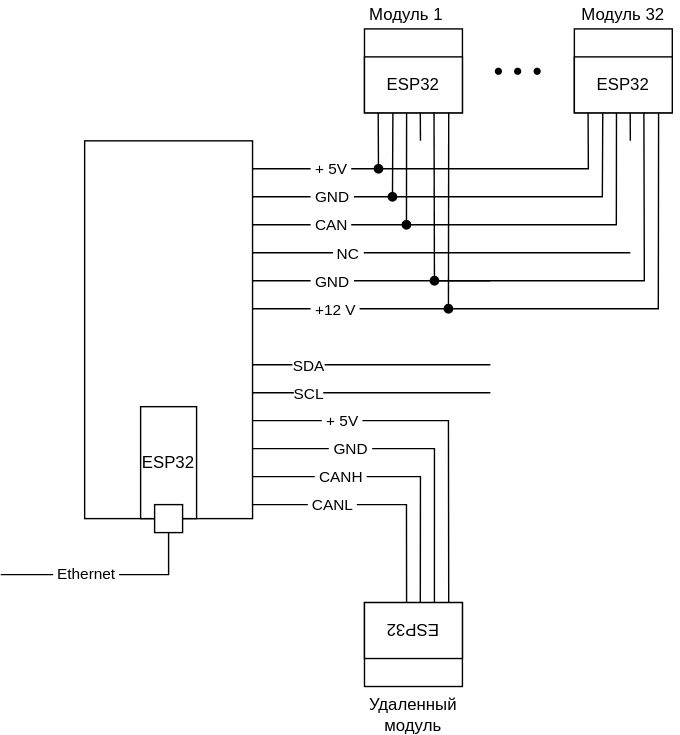
Above: docs/esphome/segment.svg in atitoff/CSH4 (draw.io), before the change. Source tidied: cells renumbered, new cells last; positions are measured from the earlier drawing's top-left corner, leaving out a move shared by most shapes.
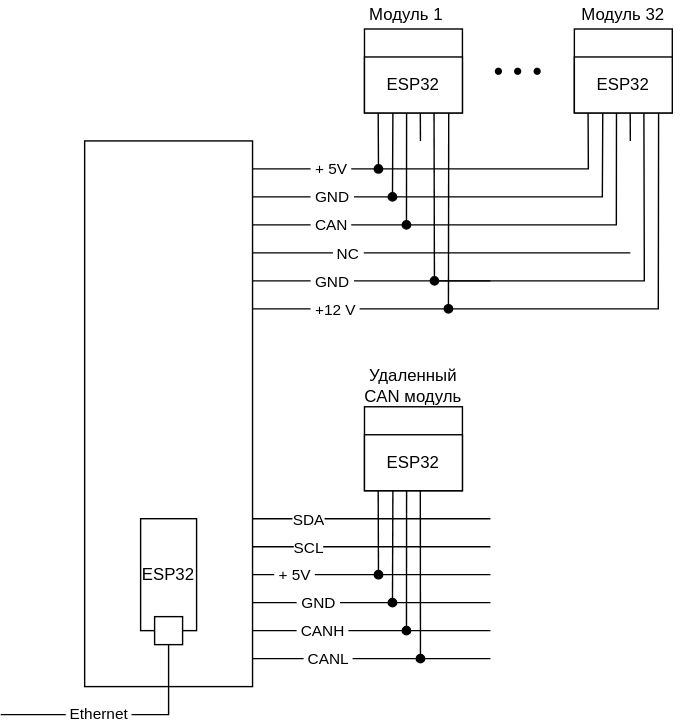
After the commit.

Change to the diagram source:
```diff
@@ -3,13 +3,13 @@
     <mxCell id="0" />
     <mxCell id="1" parent="0" />
     <mxCell id="2" style="rounded=0;whiteSpace=wrap;html=1;" parent="1" vertex="1">
-      <mxGeometry x="60" y="100" width="120" height="270" as="geometry" />
+      <mxGeometry x="60" y="100" width="120" height="390" as="geometry" />
     </mxCell>
     <mxCell id="3" value="ESP32" style="rounded=0;whiteSpace=wrap;html=1;" parent="1" vertex="1">
-      <mxGeometry x="100" y="290" width="40" height="80" as="geometry" />
+      <mxGeometry x="100" y="370" width="40" height="80" as="geometry" />
     </mxCell>
     <mxCell id="4" style="rounded=0;whiteSpace=wrap;html=1;" parent="1" vertex="1">
-      <mxGeometry x="110" y="360" width="20" height="20" as="geometry" />
+      <mxGeometry x="110" y="440" width="20" height="20" as="geometry" />
     </mxCell>
     <mxCell id="5" style="rounded=0;whiteSpace=wrap;html=1;align=right;" parent="1" vertex="1">
       <mxGeometry x="260" y="20" width="70" height="60" as="geometry" />
@@ -88,10 +88,9 @@
     </mxCell>
     <mxCell id="18" style="endArrow=none;html=1;rounded=0;entryX=0.5;entryY=1;entryDx=0;entryDy=0;" parent="1" edge="1" target="4">
       <mxGeometry relative="1" as="geometry">
-        <mxPoint y="410" as="sourcePoint" />
+        <mxPoint y="510" as="sourcePoint" />
         <Array as="points">
-          <mxPoint x="120" y="410" />
-          <mxPoint x="120" y="380" />
+          <mxPoint x="120" y="510" />
         </Array>
       </mxGeometry>
     </mxCell>
@@ -100,11 +99,12 @@
         <mxPoint x="-8" y="-1" as="offset" />
       </mxGeometry>
     </mxCell>
-    <mxCell id="20" style="endArrow=none;html=1;rounded=0;entryX=0.14;entryY=1;entryDx=0;entryDy=0;entryPerimeter=0;" parent="1" edge="1" target="49">
+    <mxCell id="20" style="endArrow=none;html=1;rounded=0;" parent="1" edge="1">
       <mxGeometry relative="1" as="geometry">
-        <mxPoint x="180" y="300" as="sourcePoint" />
+        <mxPoint x="180" y="410" as="sourcePoint" />
+        <mxPoint x="350" y="410" as="targetPoint" />
         <Array as="points">
-          <mxPoint x="320" y="300" />
+          <mxPoint x="320" y="410" />
         </Array>
       </mxGeometry>
     </mxCell>
@@ -113,11 +113,12 @@
         <mxPoint x="-28" as="offset" />
       </mxGeometry>
     </mxCell>
-    <mxCell id="22" style="endArrow=none;html=1;rounded=0;entryX=0.286;entryY=1;entryDx=0;entryDy=0;entryPerimeter=0;" parent="1" edge="1" target="47">
+    <mxCell id="22" style="endArrow=none;html=1;rounded=0;" parent="1" edge="1">
       <mxGeometry relative="1" as="geometry">
-        <mxPoint x="180" y="320" as="sourcePoint" />
+        <mxPoint x="180" y="430" as="sourcePoint" />
+        <mxPoint x="350" y="430" as="targetPoint" />
         <Array as="points">
-          <mxPoint x="310" y="320" />
+          <mxPoint x="310" y="430" />
         </Array>
       </mxGeometry>
     </mxCell>
@@ -126,11 +127,12 @@
         <mxPoint x="-11" as="offset" />
       </mxGeometry>
     </mxCell>
-    <mxCell id="24" style="endArrow=none;html=1;rounded=0;entryX=0.43;entryY=1;entryDx=0;entryDy=0;entryPerimeter=0;" parent="1" edge="1" target="49">
+    <mxCell id="24" style="endArrow=none;html=1;rounded=0;" parent="1" edge="1">
       <mxGeometry relative="1" as="geometry">
-        <mxPoint x="180" y="340" as="sourcePoint" />
+        <mxPoint x="180" y="450" as="sourcePoint" />
+        <mxPoint x="350" y="450" as="targetPoint" />
         <Array as="points">
-          <mxPoint x="300" y="340" />
+          <mxPoint x="300" y="450" />
         </Array>
       </mxGeometry>
     </mxCell>
@@ -139,11 +141,12 @@
         <mxPoint x="-8" as="offset" />
       </mxGeometry>
     </mxCell>
-    <mxCell id="26" style="endArrow=none;html=1;rounded=0;entryX=0.57;entryY=1;entryDx=0;entryDy=0;entryPerimeter=0;" parent="1" edge="1" target="49">
+    <mxCell id="26" style="endArrow=none;html=1;rounded=0;" parent="1" edge="1">
       <mxGeometry relative="1" as="geometry">
-        <mxPoint x="180" y="360" as="sourcePoint" />
+        <mxPoint x="180" y="470" as="sourcePoint" />
+        <mxPoint x="350" y="470" as="targetPoint" />
         <Array as="points">
-          <mxPoint x="290" y="360" />
+          <mxPoint x="290" y="470" />
         </Array>
       </mxGeometry>
     </mxCell>
@@ -165,8 +168,8 @@
     </mxCell>
     <mxCell id="30" style="endArrow=none;html=1;rounded=0;" parent="1" edge="1">
       <mxGeometry relative="1" as="geometry">
-        <mxPoint x="180" y="260" as="sourcePoint" />
-        <mxPoint x="350" y="260" as="targetPoint" />
+        <mxPoint x="180" y="370" as="sourcePoint" />
+        <mxPoint x="350" y="370" as="targetPoint" />
       </mxGeometry>
     </mxCell>
     <mxCell id="31" value="SDA" style="edgeLabel;html=1;align=center;verticalAlign=middle;" parent="30" vertex="1">
@@ -176,8 +179,8 @@
     </mxCell>
     <mxCell id="32" style="endArrow=none;html=1;rounded=0;" parent="1" edge="1">
       <mxGeometry relative="1" as="geometry">
-        <mxPoint x="180" y="280" as="sourcePoint" />
-        <mxPoint x="350" y="280" as="targetPoint" />
+        <mxPoint x="180" y="390" as="sourcePoint" />
+        <mxPoint x="350" y="390" as="targetPoint" />
       </mxGeometry>
     </mxCell>
     <mxCell id="33" value="SCL" style="edgeLabel;html=1;align=center;verticalAlign=middle;" parent="32" vertex="1">
@@ -252,14 +255,34 @@
         <mxPoint x="450" y="100" as="sourcePoint" />
       </mxGeometry>
     </mxCell>
-    <mxCell id="47" style="rounded=0;whiteSpace=wrap;html=1;align=right;rotation=-180;" parent="1" vertex="1">
-      <mxGeometry x="260" y="430" width="70" height="60" as="geometry" />
-    </mxCell>
-    <mxCell id="48" value="Удаленный&lt;br&gt;модуль" style="rounded=0;whiteSpace=wrap;html=1;fillColor=none;strokeColor=none;" parent="1" vertex="1">
-      <mxGeometry x="265" y="500" width="60" height="20" as="geometry" />
-    </mxCell>
+    <mxCell id="50" value="Удаленный&lt;br&gt;CAN модуль" style="rounded=0;whiteSpace=wrap;html=1;fillColor=none;strokeColor=none;" parent="1" vertex="1">
+      <mxGeometry x="255" y="260" width="80" height="30" as="geometry" />
+    </mxCell>
+    <mxCell id="51" style="rounded=0;whiteSpace=wrap;html=1;align=right;" parent="1" vertex="1">
+      <mxGeometry x="260" y="290" width="70" height="60" as="geometry" />
+    </mxCell>
-    <mxCell id="49" value="ESP32" style="rounded=0;whiteSpace=wrap;html=1;points=[[0,0,0,0,0],[0,0.25,0,0,0],[0,0.5,0,0,0],[0,0.75,0,0,0],[0,1,0,0,0],[0.14,1,0,0,0],[0.25,0,0,0,0],[0.29,1,0,0,0],[0.43,1,0,0,0],[0.5,0,0,0,0],[0.57,1,0,0,0],[0.71,1,0,0,0],[0.75,0,0,0,0],[0.86,1,0,0,0],[1,0,0,0,0],[1,0.25,0,0,0],[1,0.5,0,0,0],[1,0.75,0,0,0],[1,1,0,0,0]];rotation=-180;" parent="1" vertex="1">
-      <mxGeometry x="260" y="430" width="70" height="40" as="geometry" />
+    <mxCell id="49" value="ESP32" style="rounded=0;whiteSpace=wrap;html=1;points=[[0,0,0,0,0],[0,0.25,0,0,0],[0,0.5,0,0,0],[0,0.75,0,0,0],[0,1,0,0,0],[0.14,1,0,0,0],[0.25,0,0,0,0],[0.29,1,0,0,0],[0.43,1,0,0,0],[0.5,0,0,0,0],[0.57,1,0,0,0],[0.71,1,0,0,0],[0.75,0,0,0,0],[0.86,1,0,0,0],[1,0,0,0,0],[1,0.25,0,0,0],[1,0.5,0,0,0],[1,0.75,0,0,0],[1,1,0,0,0]];" parent="1" vertex="1">
+      <mxGeometry x="260" y="310" width="70" height="40" as="geometry" />
     </mxCell>
+    <mxCell id="52" style="endArrow=none;html=1;rounded=0;startArrow=oval;startFill=1;entryX=0.14;entryY=1;entryDx=0;entryDy=0;entryPerimeter=0;" parent="1" edge="1" target="49">
+      <mxGeometry relative="1" as="geometry">
+        <mxPoint x="270" y="410" as="sourcePoint" />
+      </mxGeometry>
+    </mxCell>
+    <mxCell id="53" style="endArrow=none;html=1;rounded=0;startArrow=oval;startFill=1;entryX=0.29;entryY=1;entryDx=0;entryDy=0;entryPerimeter=0;" parent="1" edge="1" target="49">
+      <mxGeometry relative="1" as="geometry">
+        <mxPoint x="280" y="430" as="sourcePoint" />
+      </mxGeometry>
+    </mxCell>
+    <mxCell id="54" style="endArrow=none;html=1;rounded=0;startArrow=oval;startFill=1;entryX=0.43;entryY=1;entryDx=0;entryDy=0;entryPerimeter=0;" parent="1" edge="1" target="49">
+      <mxGeometry relative="1" as="geometry">
+        <mxPoint x="290" y="450" as="sourcePoint" />
+      </mxGeometry>
+    </mxCell>
+    <mxCell id="55" style="endArrow=none;html=1;rounded=0;startArrow=oval;startFill=1;entryX=0.57;entryY=1;entryDx=0;entryDy=0;entryPerimeter=0;" parent="1" edge="1" target="49">
+      <mxGeometry relative="1" as="geometry">
+        <mxPoint x="300" y="470" as="sourcePoint" />
+      </mxGeometry>
+    </mxCell>
   </root>
 </mxGraphModel>
```
